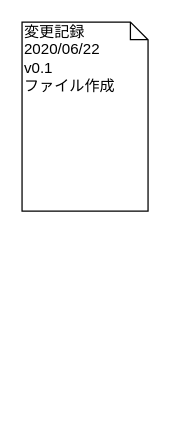
Above: page "変更記録" (7 of 7) of 資料/設計/フローチャート/InputClass/flowchart_InputClass.drawio in hakohumi/comp.Kitchen_Timer (draw.io), before the change. Source tidied: cells renumbered, new cells numbered last; positions are measured from the earlier drawing's top-left corner, leaving out a move shared by most shapes. Both pictures are drawn from the tidied source at 126%, with x=0, y=0 at pixel (21, 21).
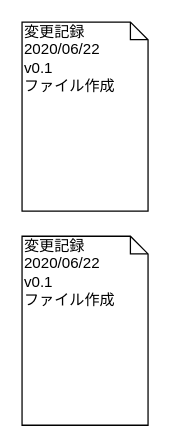
After the change.

What changed in the source:
```diff
@@
 <mxGraphModel>
   <root>
     <mxCell id="0" />
     <mxCell id="1" parent="0" />
     <mxCell id="2" value="変更記録&lt;br&gt;2020/06/22&lt;br&gt;v0.1&lt;br&gt;ファイル作成&lt;br&gt;" style="shape=note;whiteSpace=wrap;html=1;size=14;verticalAlign=top;align=left;spacingTop=-6;" parent="1" vertex="1">
       <mxGeometry width="100" height="150" as="geometry" />
     </mxCell>
+    <mxCell id="3" value="変更記録&lt;br&gt;2020/06/22&lt;br&gt;v0.1&lt;br&gt;ファイル作成&lt;br&gt;" style="shape=note;whiteSpace=wrap;html=1;size=14;verticalAlign=top;align=left;spacingTop=-6;" parent="1" vertex="1">
+      <mxGeometry y="170" width="100" height="150" as="geometry" />
+    </mxCell>
   </root>
 </mxGraphModel>
```
